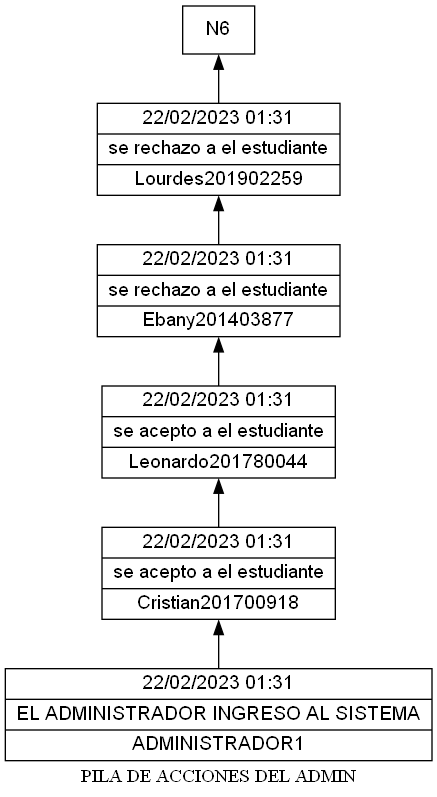
Nahomi-Aparicio/EDD_1S2023_PY_202113293_F1 keeps this Graphviz diagram as EDD_Proyecto1_Fase1/pila.png. Above is the earlier version. Its source is kept beside it as EDD_Proyecto1_Fase1/pila.dot. Source of this version:
```dot
digraph G {
rankdir=BT;
node [shape=box];
node [shape=record fontname=Arial]
label = "PILA DE ACCIONES DEL ADMIN";
N5[label="{22/02/2023      01:31     |se rechazo a el estudiante|Lourdes201902259}"];
N1->N2;
N4[label="{22/02/2023      01:31     |se rechazo a el estudiante|Ebany201403877}"];
N2->N3;
N3[label="{22/02/2023      01:31     |se acepto a el estudiante|Leonardo201780044}"];
N3->N4;
N2[label="{22/02/2023      01:31     |se acepto a el estudiante|Cristian201700918}"];
N4->N5;
N1[label="{22/02/2023      01:31     |EL ADMINISTRADOR INGRESO AL SISTEMA|ADMINISTRADOR1}"];
N5->N6;
}
```
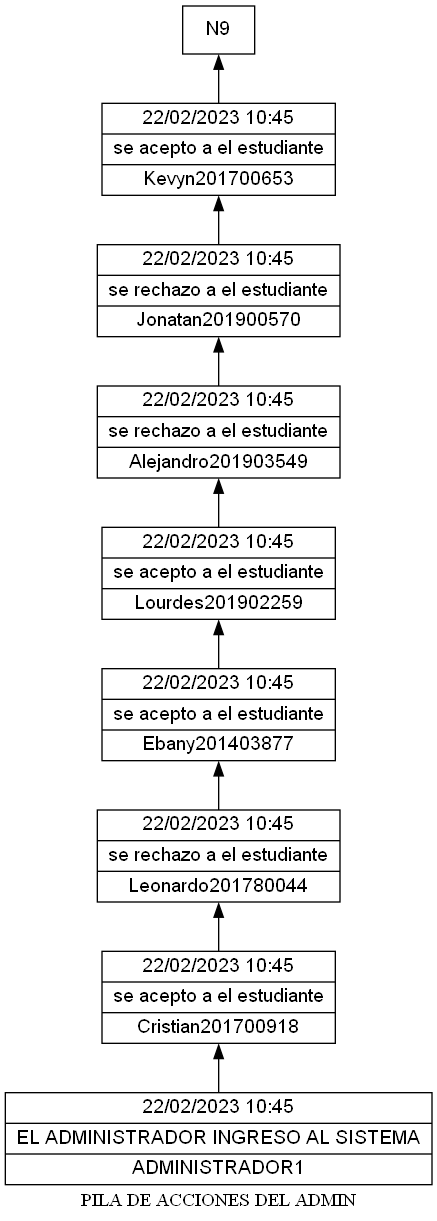
The same file after the commit.

What changed in the source:
```diff
@@ -3,14 +3,20 @@
 node [shape=box];
 node [shape=record fontname=Arial]
 label = "PILA DE ACCIONES DEL ADMIN";
-N5[label="{22/02/2023      01:31     |se rechazo a el estudiante|Lourdes201902259}"];
+N8[label="{22/02/2023      10:45     |se acepto a el estudiante|Kevyn201700653}"];
 N1->N2;
-N4[label="{22/02/2023      01:31     |se rechazo a el estudiante|Ebany201403877}"];
+N7[label="{22/02/2023      10:45     |se rechazo a el estudiante|Jonatan201900570}"];
 N2->N3;
-N3[label="{22/02/2023      01:31     |se acepto a el estudiante|Leonardo201780044}"];
+N6[label="{22/02/2023      10:45     |se rechazo a el estudiante|Alejandro201903549}"];
 N3->N4;
-N2[label="{22/02/2023      01:31     |se acepto a el estudiante|Cristian201700918}"];
+N5[label="{22/02/2023      10:45     |se acepto a el estudiante|Lourdes201902259}"];
 N4->N5;
-N1[label="{22/02/2023      01:31     |EL ADMINISTRADOR INGRESO AL SISTEMA|ADMINISTRADOR1}"];
+N4[label="{22/02/2023      10:45     |se acepto a el estudiante|Ebany201403877}"];
 N5->N6;
+N3[label="{22/02/2023      10:45     |se rechazo a el estudiante|Leonardo201780044}"];
+N6->N7;
+N2[label="{22/02/2023      10:45     |se acepto a el estudiante|Cristian201700918}"];
+N7->N8;
+N1[label="{22/02/2023      10:45     |EL ADMINISTRADOR INGRESO AL SISTEMA|ADMINISTRADOR1}"];
+N8->N9;
 }
```
